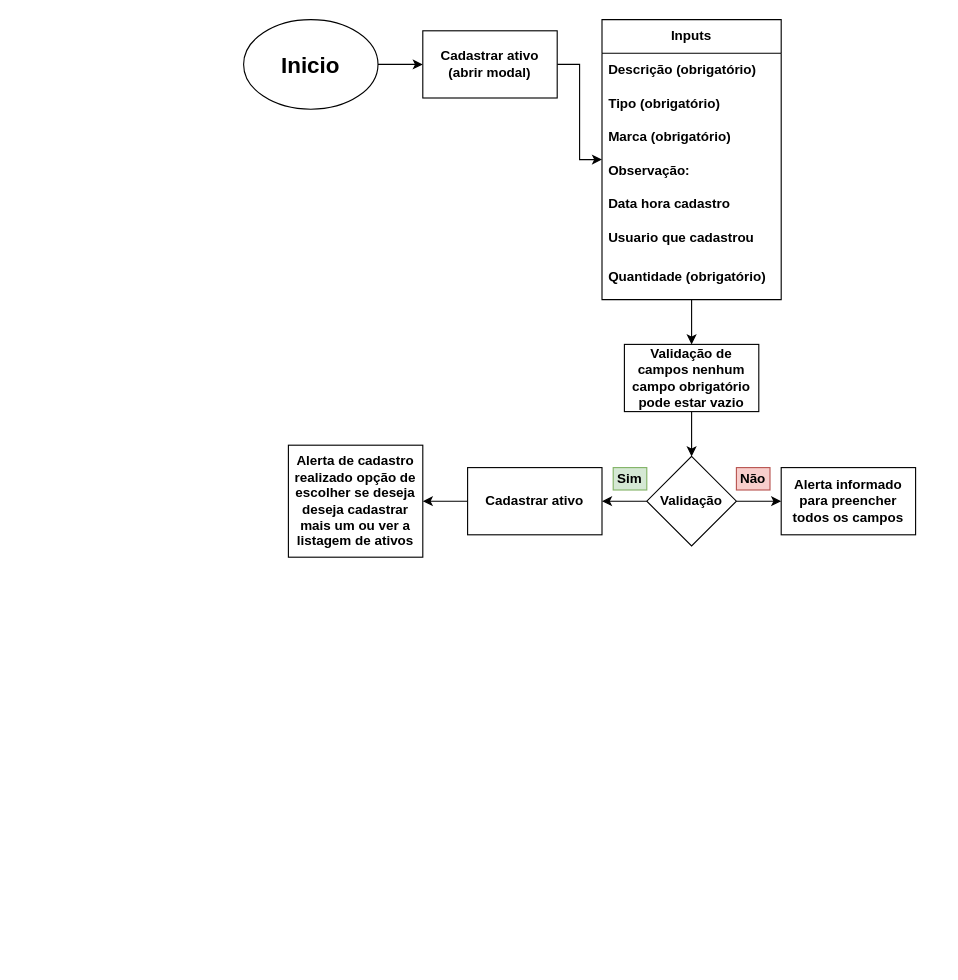
Above: trabalho/fluxogramas/cadastro_de_ativos.drawio in gabrielhalmenschlager/controle-de-ativos-senac (draw.io), before the change. Source tidied: cells renumbered, new cells numbered last; positions are measured from the earlier drawing's top-left corner, leaving out a move shared by most shapes. Both pictures are drawn from the tidied source at 112%, with x=0, y=0 at pixel (243, 19).
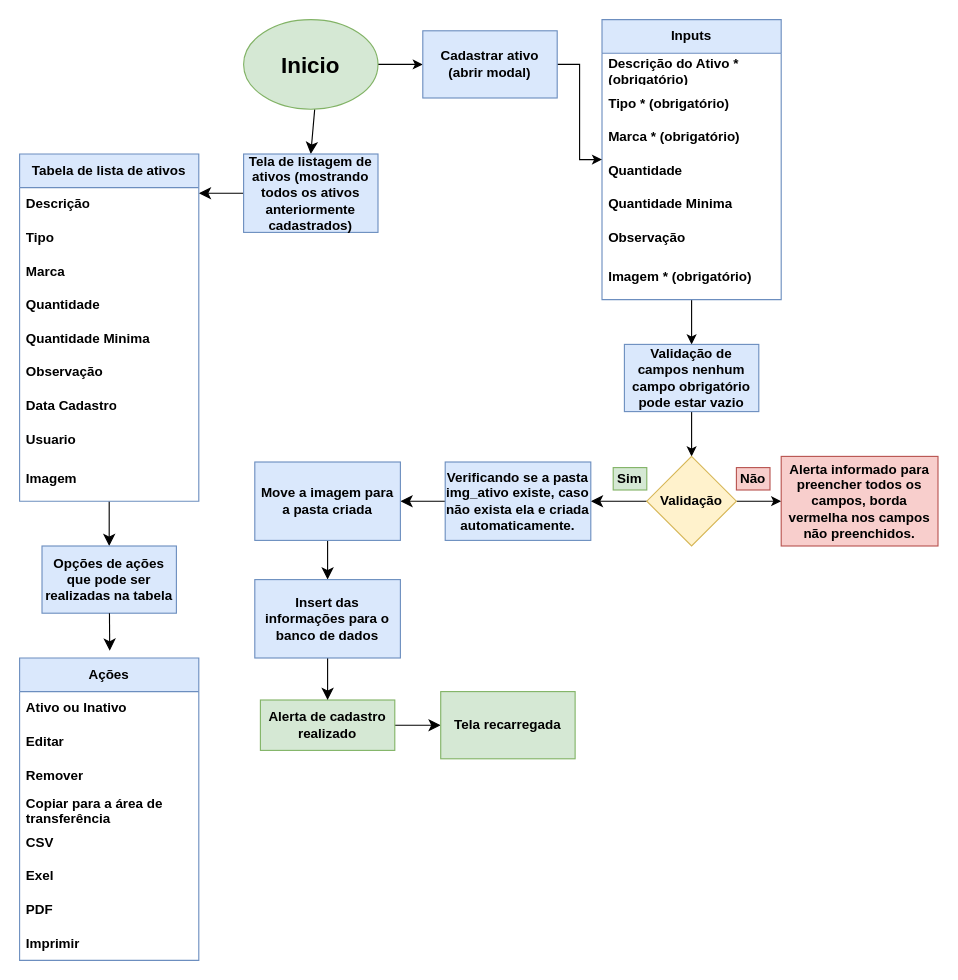
The same diagram, later.

Commit message (it also covers changes not shown here):
Começando a fazer alterações nos Fluxogramas e adcionando botão para cadastro_usario em login

The edit, as a diff of the source:
```diff
@@
+    <mxCell id="26" style="edgeStyle=none;curved=1;rounded=0;jettySize=auto;html=1;fontSize=12;startSize=8;endSize=8;entryX=0.5;entryY=0;entryDx=0;entryDy=0;" parent="1" edge="1" source="3" target="30">
+      <mxGeometry relative="1" as="geometry" />
+    </mxCell>
-    <mxCell id="3" value="&lt;h1 style=&quot;font-size: 20px;&quot;&gt;Inicio&lt;/h1&gt;" style="ellipse;whiteSpace=wrap;html=1;fontSize=20;fontStyle=1;" parent="1" vertex="1">
+    <mxCell id="3" value="&lt;h1 style=&quot;font-size: 20px;&quot;&gt;Inicio&lt;/h1&gt;" style="ellipse;whiteSpace=wrap;html=1;fontSize=20;fontStyle=1;fillColor=#d5e8d4;strokeColor=#82b366;" parent="1" vertex="1">
       <mxGeometry width="120" height="80" as="geometry" />
     </mxCell>
@@
-    <mxCell id="5" value="Inputs" style="swimlane;fontStyle=1;horizontal=1;startSize=30;whiteSpace=wrap;html=1;" parent="1" vertex="1">
+    <mxCell id="5" value="Inputs" style="swimlane;fontStyle=1;horizontal=1;startSize=30;whiteSpace=wrap;html=1;fillColor=#dae8fc;strokeColor=#6c8ebf;" parent="1" vertex="1">
       <mxGeometry x="320" width="160" height="250" as="geometry" />
     </mxCell>
-    <mxCell id="6" value="Descrição (obrigatório)" style="text;strokeColor=none;fillColor=none;align=left;verticalAlign=middle;spacingLeft=4;spacingRight=4;overflow=hidden;whiteSpace=wrap;html=1;fontStyle=1;" parent="5" vertex="1">
+    <mxCell id="6" value="Descrição do Ativo * (obrigatório)" style="text;strokeColor=none;fillColor=none;align=left;verticalAlign=middle;spacingLeft=4;spacingRight=4;overflow=hidden;whiteSpace=wrap;html=1;fontStyle=1;" parent="5" vertex="1">
       <mxGeometry y="30" width="160" height="30" as="geometry" />
     </mxCell>
-    <mxCell id="7" value="Tipo (obrigatório)" style="text;strokeColor=none;fillColor=none;align=left;verticalAlign=middle;spacingLeft=4;spacingRight=4;overflow=hidden;whiteSpace=wrap;html=1;fontStyle=1;" parent="5" vertex="1">
+    <mxCell id="7" value="Tipo * (obrigatório)" style="text;strokeColor=none;fillColor=none;align=left;verticalAlign=middle;spacingLeft=4;spacingRight=4;overflow=hidden;whiteSpace=wrap;html=1;fontStyle=1;" parent="5" vertex="1">
       <mxGeometry y="60" width="160" height="30" as="geometry" />
     </mxCell>
-    <mxCell id="8" value="Marca (obrigatório)" style="text;strokeColor=none;fillColor=none;align=left;verticalAlign=middle;spacingLeft=4;spacingRight=4;overflow=hidden;whiteSpace=wrap;html=1;fontStyle=1;" parent="5" vertex="1">
+    <mxCell id="8" value="Marca * (obrigatório)" style="text;strokeColor=none;fillColor=none;align=left;verticalAlign=middle;spacingLeft=4;spacingRight=4;overflow=hidden;whiteSpace=wrap;html=1;fontStyle=1;" parent="5" vertex="1">
       <mxGeometry y="90" width="160" height="30" as="geometry" />
     </mxCell>
-    <mxCell id="9" value="Observação:" style="text;strokeColor=none;fillColor=none;align=left;verticalAlign=middle;spacingLeft=4;spacingRight=4;overflow=hidden;whiteSpace=wrap;html=1;fontStyle=1;" parent="5" vertex="1">
+    <mxCell id="9" value="Quantidade" style="text;strokeColor=none;fillColor=none;align=left;verticalAlign=middle;spacingLeft=4;spacingRight=4;overflow=hidden;whiteSpace=wrap;html=1;fontStyle=1;" parent="5" vertex="1">
       <mxGeometry y="120" width="160" height="30" as="geometry" />
     </mxCell>
-    <mxCell id="10" value="Data hora cadastro" style="text;strokeColor=none;fillColor=none;align=left;verticalAlign=middle;spacingLeft=4;spacingRight=4;overflow=hidden;whiteSpace=wrap;html=1;fontStyle=1;" parent="5" vertex="1">
+    <mxCell id="10" value="Quantidade Minima" style="text;strokeColor=none;fillColor=none;align=left;verticalAlign=middle;spacingLeft=4;spacingRight=4;overflow=hidden;whiteSpace=wrap;html=1;fontStyle=1;" parent="5" vertex="1">
       <mxGeometry y="150" width="160" height="30" as="geometry" />
     </mxCell>
-    <mxCell id="11" value="Usuario que cadastrou" style="text;strokeColor=none;fillColor=none;align=left;verticalAlign=middle;spacingLeft=4;spacingRight=4;overflow=hidden;whiteSpace=wrap;html=1;fontStyle=1;" parent="5" vertex="1">
+    <mxCell id="11" value="Observação" style="text;strokeColor=none;fillColor=none;align=left;verticalAlign=middle;spacingLeft=4;spacingRight=4;overflow=hidden;whiteSpace=wrap;html=1;fontStyle=1;" parent="5" vertex="1">
       <mxGeometry y="180" width="160" height="30" as="geometry" />
     </mxCell>
-    <mxCell id="12" value="Quantidade (obrigatório)" style="text;strokeColor=none;fillColor=none;align=left;verticalAlign=middle;spacingLeft=4;spacingRight=4;overflow=hidden;whiteSpace=wrap;html=1;fontStyle=1;" parent="5" vertex="1">
+    <mxCell id="12" value="Imagem * (obrigatório)" style="text;strokeColor=none;fillColor=none;align=left;verticalAlign=middle;spacingLeft=4;spacingRight=4;overflow=hidden;whiteSpace=wrap;html=1;fontStyle=1;" parent="5" vertex="1">
       <mxGeometry y="210" width="160" height="40" as="geometry" />
     </mxCell>
@@
-    <mxCell id="14" value="Cadastrar ativo&lt;div&gt;(abrir modal)&lt;/div&gt;" style="rounded=0;whiteSpace=wrap;html=1;fontStyle=1;" parent="1" vertex="1">
+    <mxCell id="14" value="Cadastrar ativo&lt;div&gt;(abrir modal)&lt;/div&gt;" style="rounded=0;whiteSpace=wrap;html=1;fontStyle=1;fillColor=#dae8fc;strokeColor=#6c8ebf;" parent="1" vertex="1">
       <mxGeometry x="160" y="10" width="120" height="60" as="geometry" />
     </mxCell>
@@
-    <mxCell id="16" value="Validação de campos nenhum campo obrigatório pode estar vazio" style="rounded=0;whiteSpace=wrap;html=1;fontStyle=1;" parent="1" vertex="1">
+    <mxCell id="16" value="Validação de campos nenhum campo obrigatório pode estar vazio" style="rounded=0;whiteSpace=wrap;html=1;fontStyle=1;fillColor=#dae8fc;strokeColor=#6c8ebf;" parent="1" vertex="1">
       <mxGeometry x="340" y="290" width="120" height="60" as="geometry" />
     </mxCell>
-    <mxCell id="17" style="edgeStyle=orthogonalEdgeStyle;rounded=0;jettySize=auto;html=1;fontStyle=1;" parent="1" edge="1" source="19" target="22">
-      <mxGeometry relative="1" as="geometry" />
-    </mxCell>
@@
+    <mxCell id="27" style="edgeStyle=none;curved=1;rounded=0;jettySize=auto;html=1;fontSize=12;startSize=8;endSize=8;" parent="1" edge="1" source="19">
+      <mxGeometry relative="1" as="geometry">
+        <mxPoint x="310" y="430" as="targetPoint" />
+      </mxGeometry>
+    </mxCell>
-    <mxCell id="19" value="Validação" style="rhombus;whiteSpace=wrap;html=1;fontStyle=1;" parent="1" vertex="1">
+    <mxCell id="19" value="Validação" style="rhombus;whiteSpace=wrap;html=1;fontStyle=1;fillColor=#fff2cc;strokeColor=#d6b656;" parent="1" vertex="1">
       <mxGeometry x="360" y="390" width="80" height="80" as="geometry" />
     </mxCell>
@@
-    <mxCell id="21" style="edgeStyle=orthogonalEdgeStyle;rounded=0;jettySize=auto;html=1;fontStyle=1;" parent="1" edge="1" source="22">
-      <mxGeometry relative="1" as="geometry">
-        <mxPoint x="160" y="430" as="targetPoint" />
-      </mxGeometry>
-    </mxCell>
-    <mxCell id="22" value="Cadastrar ativo" style="whiteSpace=wrap;html=1;fontStyle=1;" parent="1" vertex="1">
-      <mxGeometry x="200" y="400" width="120" height="60" as="geometry" />
-    </mxCell>
-    <mxCell id="23" value="Alerta informado para preencher todos os campos" style="whiteSpace=wrap;html=1;fontStyle=1;" parent="1" vertex="1">
-      <mxGeometry x="480" y="400" width="120" height="60" as="geometry" />
+    <mxCell id="23" value="Alerta informado para preencher todos os campos, borda vermelha nos campos não preenchidos." style="whiteSpace=wrap;html=1;fontStyle=1;fillColor=#f8cecc;strokeColor=#b85450;" parent="1" vertex="1">
+      <mxGeometry x="480" y="390" width="140" height="80" as="geometry" />
     </mxCell>
@@
+    <mxCell id="28" style="edgeStyle=none;curved=1;rounded=0;jettySize=auto;html=1;fontSize=12;startSize=8;endSize=8;" parent="1" edge="1" source="25" target="59">
+      <mxGeometry relative="1" as="geometry" />
+    </mxCell>
-    <mxCell id="25" value="&lt;div&gt;&lt;br&gt;&lt;/div&gt;&lt;div&gt;&lt;span style=&quot;background-color: initial;&quot;&gt;Alerta de cadastro realizado&amp;nbsp;&lt;/span&gt;&lt;span style=&quot;background-color: initial;&quot;&gt;opção de escolher se deseja deseja cadastrar mais um ou ver a listagem de ativos&lt;/span&gt;&lt;br&gt;&lt;/div&gt;&lt;div&gt;&lt;div&gt;&lt;br&gt;&lt;/div&gt;&lt;/div&gt;" style="whiteSpace=wrap;html=1;fontStyle=1;" parent="1" vertex="1">
-      <mxGeometry x="40" y="380" width="120" height="100" as="geometry" />
+    <mxCell id="25" value="&lt;div&gt;&lt;span style=&quot;background-color: initial; color: light-dark(rgb(0, 0, 0), rgb(255, 255, 255));&quot;&gt;Alerta de cadastro realizado&lt;/span&gt;&lt;/div&gt;" style="whiteSpace=wrap;html=1;fontStyle=1;fillColor=#d5e8d4;strokeColor=#82b366;" parent="1" vertex="1">
+      <mxGeometry x="15" y="607.5" width="120" height="45" as="geometry" />
     </mxCell>
+    <mxCell id="29" style="edgeStyle=none;curved=1;rounded=0;jettySize=auto;html=1;fontSize=12;startSize=8;endSize=8;" parent="1" edge="1" source="30">
+      <mxGeometry relative="1" as="geometry">
+        <mxPoint x="-40" y="155" as="targetPoint" />
+      </mxGeometry>
+    </mxCell>
+    <mxCell id="30" value="Tela de listagem de ativos (mostrando todos os ativos anteriormente cadastrados)" style="rounded=0;whiteSpace=wrap;html=1;fontStyle=1;fillColor=#dae8fc;strokeColor=#6c8ebf;" parent="1" vertex="1">
+      <mxGeometry y="120" width="120" height="70" as="geometry" />
+    </mxCell>
+    <mxCell id="31" style="edgeStyle=none;curved=1;rounded=0;jettySize=auto;html=1;fontSize=12;startSize=8;endSize=8;" parent="1" edge="1" source="32">
+      <mxGeometry relative="1" as="geometry">
+        <mxPoint x="-120" y="470" as="targetPoint" />
+      </mxGeometry>
+    </mxCell>
+    <mxCell id="32" value="Tabela de lista de ativos" style="swimlane;fontStyle=1;horizontal=1;startSize=30;whiteSpace=wrap;html=1;fillColor=#dae8fc;strokeColor=#6c8ebf;" parent="1" vertex="1">
+      <mxGeometry x="-200" y="120" width="160" height="310" as="geometry" />
+    </mxCell>
+    <mxCell id="33" value="Descrição" style="text;strokeColor=none;fillColor=none;align=left;verticalAlign=middle;spacingLeft=4;spacingRight=4;overflow=hidden;whiteSpace=wrap;html=1;fontStyle=1;" parent="32" vertex="1">
+      <mxGeometry y="30" width="160" height="30" as="geometry" />
+    </mxCell>
+    <mxCell id="34" value="Tipo&amp;nbsp;" style="text;strokeColor=none;fillColor=none;align=left;verticalAlign=middle;spacingLeft=4;spacingRight=4;overflow=hidden;whiteSpace=wrap;html=1;fontStyle=1;" parent="32" vertex="1">
+      <mxGeometry y="60" width="160" height="30" as="geometry" />
+    </mxCell>
+    <mxCell id="35" value="Marca" style="text;strokeColor=none;fillColor=none;align=left;verticalAlign=middle;spacingLeft=4;spacingRight=4;overflow=hidden;whiteSpace=wrap;html=1;fontStyle=1;" parent="32" vertex="1">
+      <mxGeometry y="90" width="160" height="30" as="geometry" />
+    </mxCell>
+    <mxCell id="36" value="Quantidade" style="text;strokeColor=none;fillColor=none;align=left;verticalAlign=middle;spacingLeft=4;spacingRight=4;overflow=hidden;whiteSpace=wrap;html=1;fontStyle=1;" parent="32" vertex="1">
+      <mxGeometry y="120" width="160" height="30" as="geometry" />
+    </mxCell>
+    <mxCell id="37" value="Quantidade Minima" style="text;strokeColor=none;fillColor=none;align=left;verticalAlign=middle;spacingLeft=4;spacingRight=4;overflow=hidden;whiteSpace=wrap;html=1;fontStyle=1;" parent="32" vertex="1">
+      <mxGeometry y="150" width="160" height="30" as="geometry" />
+    </mxCell>
+    <mxCell id="38" value="Observação" style="text;strokeColor=none;fillColor=none;align=left;verticalAlign=middle;spacingLeft=4;spacingRight=4;overflow=hidden;whiteSpace=wrap;html=1;fontStyle=1;" parent="32" vertex="1">
+      <mxGeometry y="180" width="160" height="30" as="geometry" />
+    </mxCell>
+    <mxCell id="39" value="Data Cadastro" style="text;strokeColor=none;fillColor=none;align=left;verticalAlign=middle;spacingLeft=4;spacingRight=4;overflow=hidden;whiteSpace=wrap;html=1;fontStyle=1;" parent="32" vertex="1">
+      <mxGeometry y="210" width="160" height="30" as="geometry" />
+    </mxCell>
+    <mxCell id="40" value="Usuario" style="text;strokeColor=none;fillColor=none;align=left;verticalAlign=middle;spacingLeft=4;spacingRight=4;overflow=hidden;whiteSpace=wrap;html=1;fontStyle=1;" parent="32" vertex="1">
+      <mxGeometry y="240" width="160" height="30" as="geometry" />
+    </mxCell>
+    <mxCell id="41" value="Imagem" style="text;strokeColor=none;fillColor=none;align=left;verticalAlign=middle;spacingLeft=4;spacingRight=4;overflow=hidden;whiteSpace=wrap;html=1;fontStyle=1;" parent="32" vertex="1">
+      <mxGeometry y="270" width="160" height="40" as="geometry" />
+    </mxCell>
+    <mxCell id="42" value="Opções de ações que pode ser realizadas na tabela" style="rounded=0;whiteSpace=wrap;html=1;fontStyle=1;fillColor=#dae8fc;strokeColor=#6c8ebf;" parent="1" vertex="1">
+      <mxGeometry x="-180" y="470" width="120" height="60" as="geometry" />
+    </mxCell>
+    <mxCell id="43" value="Ações" style="swimlane;fontStyle=1;horizontal=1;startSize=30;whiteSpace=wrap;html=1;fillColor=#dae8fc;strokeColor=#6c8ebf;" parent="1" vertex="1">
+      <mxGeometry x="-200" y="570" width="160" height="270" as="geometry" />
+    </mxCell>
+    <mxCell id="44" value="Ativo ou Inativo" style="text;strokeColor=none;fillColor=none;align=left;verticalAlign=middle;spacingLeft=4;spacingRight=4;overflow=hidden;whiteSpace=wrap;html=1;fontStyle=1;" parent="43" vertex="1">
+      <mxGeometry y="30" width="160" height="30" as="geometry" />
+    </mxCell>
+    <mxCell id="45" value="Editar" style="text;strokeColor=none;fillColor=none;align=left;verticalAlign=middle;spacingLeft=4;spacingRight=4;overflow=hidden;whiteSpace=wrap;html=1;fontStyle=1;" parent="43" vertex="1">
+      <mxGeometry y="60" width="160" height="30" as="geometry" />
+    </mxCell>
+    <mxCell id="46" value="Remover" style="text;strokeColor=none;fillColor=none;align=left;verticalAlign=middle;spacingLeft=4;spacingRight=4;overflow=hidden;whiteSpace=wrap;html=1;fontStyle=1;" parent="43" vertex="1">
+      <mxGeometry y="90" width="160" height="30" as="geometry" />
+    </mxCell>
+    <mxCell id="47" value="Copiar para a área de transferência" style="text;strokeColor=none;fillColor=none;align=left;verticalAlign=middle;spacingLeft=4;spacingRight=4;overflow=hidden;whiteSpace=wrap;html=1;fontStyle=1;" parent="43" vertex="1">
+      <mxGeometry y="120" width="160" height="30" as="geometry" />
+    </mxCell>
+    <mxCell id="48" value="CSV" style="text;strokeColor=none;fillColor=none;align=left;verticalAlign=middle;spacingLeft=4;spacingRight=4;overflow=hidden;whiteSpace=wrap;html=1;fontStyle=1;" parent="43" vertex="1">
+      <mxGeometry y="150" width="160" height="30" as="geometry" />
+    </mxCell>
+    <mxCell id="49" value="Exel" style="text;strokeColor=none;fillColor=none;align=left;verticalAlign=middle;spacingLeft=4;spacingRight=4;overflow=hidden;whiteSpace=wrap;html=1;fontStyle=1;" parent="43" vertex="1">
+      <mxGeometry y="180" width="160" height="30" as="geometry" />
+    </mxCell>
+    <mxCell id="50" value="PDF" style="text;strokeColor=none;fillColor=none;align=left;verticalAlign=middle;spacingLeft=4;spacingRight=4;overflow=hidden;whiteSpace=wrap;html=1;fontStyle=1;" parent="43" vertex="1">
+      <mxGeometry y="210" width="160" height="30" as="geometry" />
+    </mxCell>
+    <mxCell id="51" value="Imprimir" style="text;strokeColor=none;fillColor=none;align=left;verticalAlign=middle;spacingLeft=4;spacingRight=4;overflow=hidden;whiteSpace=wrap;html=1;fontStyle=1;" parent="43" vertex="1">
+      <mxGeometry y="240" width="160" height="30" as="geometry" />
+    </mxCell>
+    <mxCell id="52" style="edgeStyle=none;curved=1;rounded=0;jettySize=auto;html=1;entryX=0.503;entryY=-0.024;entryDx=0;entryDy=0;entryPerimeter=0;fontSize=12;startSize=8;endSize=8;" parent="1" edge="1" source="42" target="43">
+      <mxGeometry relative="1" as="geometry" />
+    </mxCell>
+    <mxCell id="53" style="edgeStyle=none;curved=1;rounded=0;jettySize=auto;html=1;entryX=1;entryY=0.5;entryDx=0;entryDy=0;fontSize=12;startSize=8;endSize=8;" parent="1" edge="1" source="54" target="56">
+      <mxGeometry relative="1" as="geometry" />
+    </mxCell>
+    <mxCell id="54" value="Verificando se a pasta img_ativo existe, caso não exista ela e criada automaticamente." style="rounded=0;whiteSpace=wrap;html=1;fontStyle=1;fillColor=#dae8fc;strokeColor=#6c8ebf;" parent="1" vertex="1">
+      <mxGeometry x="180" y="395" width="130" height="70" as="geometry" />
+    </mxCell>
+    <mxCell id="55" style="edgeStyle=none;curved=1;rounded=0;jettySize=auto;html=1;entryX=0.5;entryY=0;entryDx=0;entryDy=0;fontSize=12;startSize=8;endSize=8;" parent="1" edge="1" source="56" target="58">
+      <mxGeometry relative="1" as="geometry" />
+    </mxCell>
+    <mxCell id="56" value="Move a imagem para a pasta criada" style="rounded=0;whiteSpace=wrap;html=1;fontStyle=1;fillColor=#dae8fc;strokeColor=#6c8ebf;" parent="1" vertex="1">
+      <mxGeometry x="10" y="395" width="130" height="70" as="geometry" />
+    </mxCell>
+    <mxCell id="57" style="edgeStyle=none;curved=1;rounded=0;jettySize=auto;html=1;entryX=0.5;entryY=0;entryDx=0;entryDy=0;fontSize=12;startSize=8;endSize=8;" parent="1" edge="1" source="58" target="25">
+      <mxGeometry relative="1" as="geometry" />
+    </mxCell>
+    <mxCell id="58" value="Insert das informações para o banco de dados" style="rounded=0;whiteSpace=wrap;html=1;fontStyle=1;fillColor=#dae8fc;strokeColor=#6c8ebf;" parent="1" vertex="1">
+      <mxGeometry x="10" y="500" width="130" height="70" as="geometry" />
+    </mxCell>
+    <mxCell id="59" value="Tela recarregada" style="whiteSpace=wrap;html=1;fillColor=#d5e8d4;strokeColor=#82b366;fontStyle=1;" parent="1" vertex="1">
+      <mxGeometry x="176" y="600" width="120" height="60" as="geometry" />
+    </mxCell>
```
